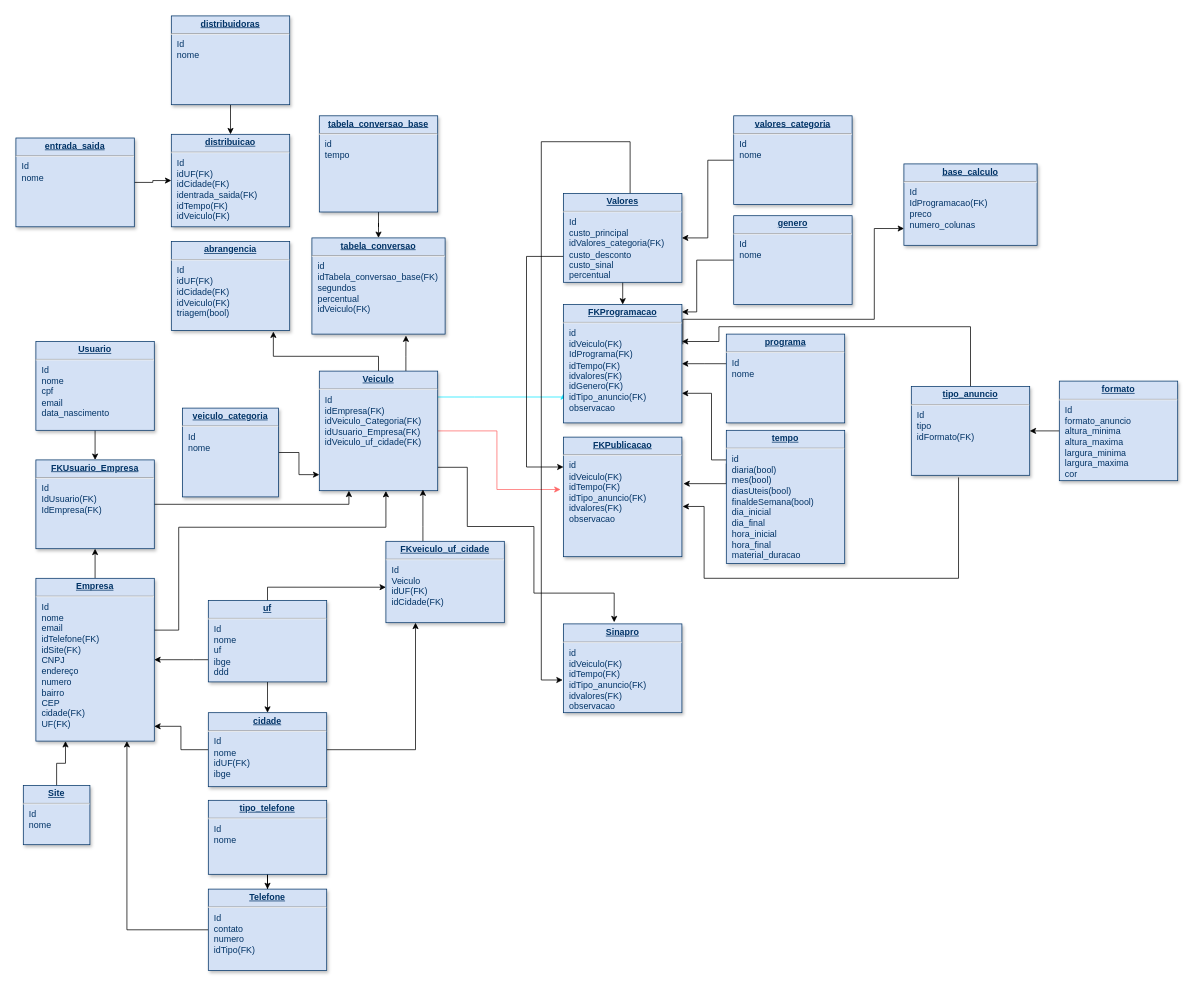
Above: Diagrama atualizado.drawio in diogo-guimaraes/teste_git (draw.io), before the change. Source tidied: cells renumbered, new cells numbered last; positions are measured from the earlier drawing's top-left corner, leaving out a move shared by most shapes. Both pictures are drawn from the tidied source at 74%, with x=0, y=0 at pixel (16, 16).
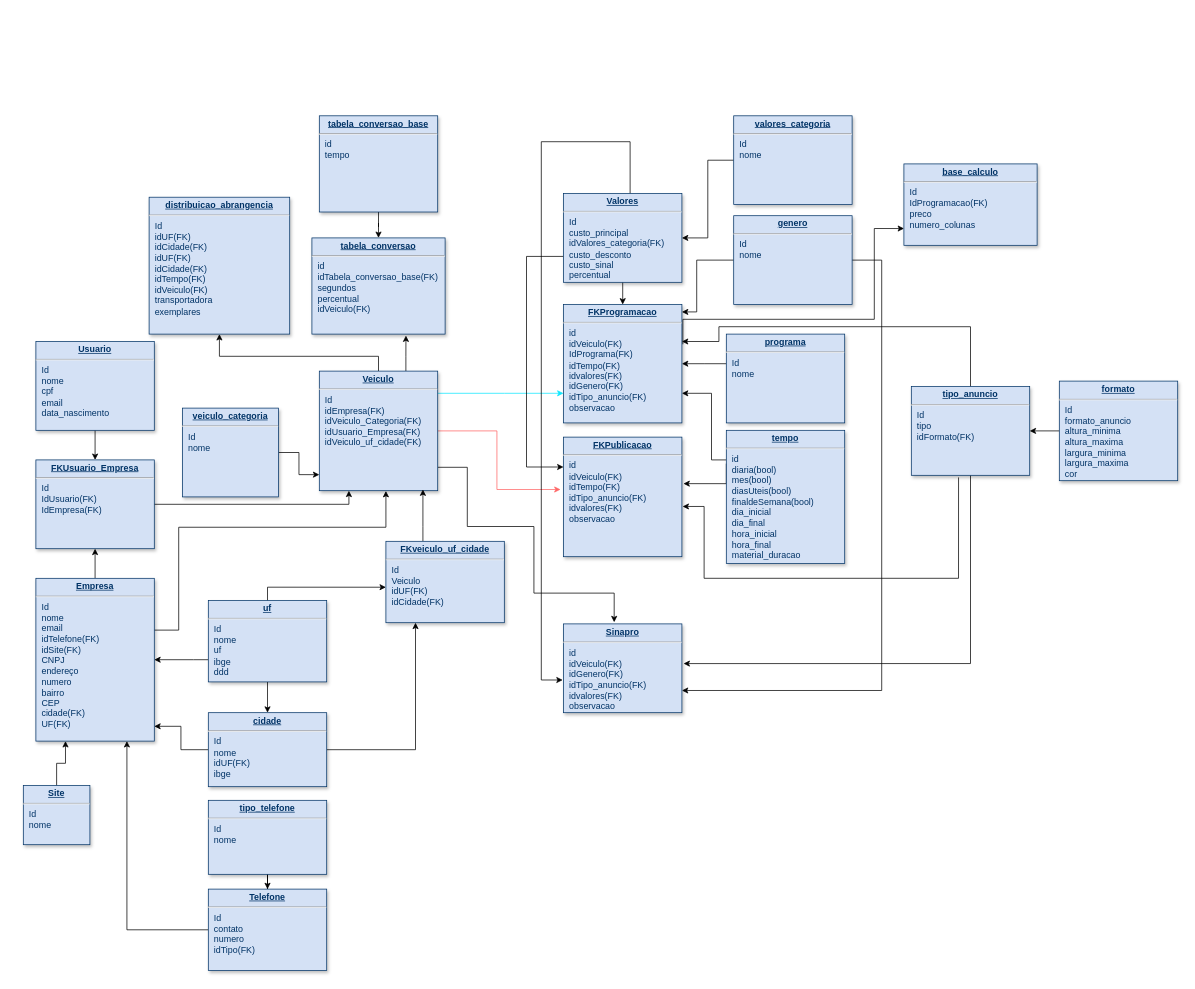
The same diagram, later.

Unchanged cells that the change refers to:
```xml
<mxCell id="13" value="&lt;p style=&quot;margin: 0px ; margin-top: 4px ; text-align: center ; text-decoration: underline&quot;&gt;&lt;b&gt;Veiculo&lt;/b&gt;&lt;/p&gt;&lt;hr&gt;&lt;p style=&quot;margin: 0px ; margin-left: 8px&quot;&gt;Id&lt;/p&gt;&lt;p style=&quot;margin: 0px ; margin-left: 8px&quot;&gt;idEmpresa(FK)&lt;/p&gt;&lt;p style=&quot;margin: 0px ; margin-left: 8px&quot;&gt;idVeiculo_Categoria(FK)&lt;/p&gt;&lt;p style=&quot;margin: 0px ; margin-left: 8px&quot;&gt;idUsuario_Empresa(FK)&lt;/p&gt;&lt;p style=&quot;margin: 0px 0px 0px 8px&quot;&gt;idVeiculo_uf_cidade(FK)&lt;/p&gt;&lt;div&gt;&lt;br&gt;&lt;/div&gt;&lt;p style=&quot;margin: 0px ; margin-left: 8px&quot;&gt;&lt;br&gt;&lt;/p&gt;" style="verticalAlign=top;align=left;overflow=fill;fontSize=12;fontFamily=Helvetica;html=1;strokeColor=#003366;shadow=1;fillColor=#D4E1F5;fontColor=#003366;" parent="1" vertex="1">
  <mxGeometry x="410" y="480" width="160" height="161.6" as="geometry" />
</mxCell>
<mxCell id="36" value="&lt;p style=&quot;margin: 0px ; margin-top: 4px ; text-align: center ; text-decoration: underline&quot;&gt;&lt;b&gt;FKProgramacao&lt;/b&gt;&lt;/p&gt;&lt;hr&gt;&lt;p style=&quot;margin: 0px ; margin-left: 8px&quot;&gt;id&lt;/p&gt;&lt;p style=&quot;margin: 0px ; margin-left: 8px&quot;&gt;&lt;span&gt;idVeiculo(FK)&lt;/span&gt;&lt;br&gt;&lt;/p&gt;&lt;p style=&quot;margin: 0px ; margin-left: 8px&quot;&gt;&lt;span&gt;IdPrograma(FK)&lt;/span&gt;&lt;br&gt;&lt;/p&gt;&lt;p style=&quot;margin: 0px ; margin-left: 8px&quot;&gt;idTempo(FK)&lt;br&gt;&lt;/p&gt;&lt;p style=&quot;margin: 0px ; margin-left: 8px&quot;&gt;idvalores(FK)&lt;/p&gt;&lt;p style=&quot;margin: 0px ; margin-left: 8px&quot;&gt;idGenero(FK)&lt;/p&gt;&lt;p style=&quot;margin: 0px ; margin-left: 8px&quot;&gt;idTipo_anuncio(FK)&lt;br&gt;&lt;/p&gt;&lt;p style=&quot;margin: 0px ; margin-left: 8px&quot;&gt;observacao&lt;/p&gt;&lt;p style=&quot;margin: 0px ; margin-left: 8px&quot;&gt;&lt;br&gt;&lt;/p&gt;&lt;p style=&quot;margin: 0px 0px 0px 8px&quot;&gt;&lt;br&gt;&lt;/p&gt;" style="verticalAlign=top;align=left;overflow=fill;fontSize=12;fontFamily=Helvetica;html=1;strokeColor=#003366;shadow=1;fillColor=#D4E1F5;fontColor=#003366;" parent="1" vertex="1">
  <mxGeometry x="740" y="390" width="160" height="160" as="geometry" />
</mxCell>
<mxCell id="47" value="&lt;p style=&quot;margin: 0px ; margin-top: 4px ; text-align: center ; text-decoration: underline&quot;&gt;&lt;b&gt;tipo_anuncio&lt;/b&gt;&lt;/p&gt;&lt;hr&gt;&lt;p style=&quot;margin: 0px ; margin-left: 8px&quot;&gt;Id&lt;/p&gt;&lt;p style=&quot;margin: 0px ; margin-left: 8px&quot;&gt;tipo&lt;/p&gt;&lt;p style=&quot;margin: 0px ; margin-left: 8px&quot;&gt;idFormato(FK)&lt;/p&gt;" style="verticalAlign=top;align=left;overflow=fill;fontSize=12;fontFamily=Helvetica;html=1;strokeColor=#003366;shadow=1;fillColor=#D4E1F5;fontColor=#003366;" parent="1" vertex="1">
  <mxGeometry x="1210" y="500.8" width="160" height="120" as="geometry" />
</mxCell>
<mxCell id="55" value="&lt;p style=&quot;margin: 0px ; margin-top: 4px ; text-align: center ; text-decoration: underline&quot;&gt;&lt;b&gt;genero&lt;/b&gt;&lt;/p&gt;&lt;hr&gt;&lt;p style=&quot;margin: 0px ; margin-left: 8px&quot;&gt;Id&lt;/p&gt;&lt;p style=&quot;margin: 0px ; margin-left: 8px&quot;&gt;nome&lt;/p&gt;" style="verticalAlign=top;align=left;overflow=fill;fontSize=12;fontFamily=Helvetica;html=1;strokeColor=#003366;shadow=1;fillColor=#D4E1F5;fontColor=#003366;" parent="1" vertex="1">
  <mxGeometry x="970" y="270" width="160" height="120" as="geometry" />
</mxCell>
```

What changed in the source:
```diff
@@
     <mxCell id="8" style="edgeStyle=orthogonalEdgeStyle;rounded=0;jettySize=auto;html=1;entryX=0;entryY=0.75;entryDx=0;entryDy=0;strokeColor=#0DE7FF;" parent="1" edge="1" source="13" target="36">
       <mxGeometry relative="1" as="geometry">
         <Array as="points">
-          <mxPoint x="620" y="515" />
-          <mxPoint x="620" y="515" />
+          <mxPoint x="660" y="510" />
+          <mxPoint x="660" y="510" />
         </Array>
       </mxGeometry>
     </mxCell>
@@
-    <mxCell id="12" style="edgeStyle=orthogonalEdgeStyle;rounded=0;jettySize=auto;html=1;strokeColor=#000000;entryX=0.862;entryY=1.013;entryDx=0;entryDy=0;entryPerimeter=0;" parent="1" edge="1" source="13" target="57">
+    <mxCell id="12" style="edgeStyle=orthogonalEdgeStyle;rounded=0;jettySize=auto;html=1;strokeColor=#000000;entryX=0.5;entryY=1;entryDx=0;entryDy=0;" parent="1" edge="1" source="13" target="59">
       <mxGeometry relative="1" as="geometry">
         <Array as="points">
           <mxPoint x="490" y="460" />
-          <mxPoint x="348" y="460" />
+          <mxPoint x="275" y="460" />
         </Array>
       </mxGeometry>
     </mxCell>
@@
+    <mxCell id="64" style="edgeStyle=orthogonalEdgeStyle;rounded=0;jettySize=auto;html=1;entryX=1.014;entryY=0.447;entryDx=0;entryDy=0;entryPerimeter=0;" parent="1" edge="1" source="47" target="56">
+      <mxGeometry relative="1" as="geometry">
+        <Array as="points">
+          <mxPoint x="1290" y="875" />
+        </Array>
+      </mxGeometry>
+    </mxCell>
@@
+    <mxCell id="65" style="edgeStyle=orthogonalEdgeStyle;rounded=0;jettySize=auto;html=1;entryX=1;entryY=0.75;entryDx=0;entryDy=0;" parent="1" edge="1" source="55" target="56">
+      <mxGeometry relative="1" as="geometry">
+        <Array as="points">
+          <mxPoint x="1170" y="330" />
+          <mxPoint x="1170" y="912" />
+        </Array>
+      </mxGeometry>
+    </mxCell>
@@
-    <mxCell id="56" value="&lt;p style=&quot;margin: 0px ; margin-top: 4px ; text-align: center ; text-decoration: underline&quot;&gt;&lt;b&gt;Sinapro&lt;/b&gt;&lt;/p&gt;&lt;hr&gt;&lt;p style=&quot;margin: 0px 0px 0px 8px&quot;&gt;id&lt;/p&gt;&lt;p style=&quot;margin: 0px 0px 0px 8px&quot;&gt;idVeiculo(FK)&lt;br&gt;&lt;/p&gt;&lt;p style=&quot;margin: 0px 0px 0px 8px&quot;&gt;idTempo(FK)&lt;br&gt;&lt;/p&gt;&lt;p style=&quot;margin: 0px 0px 0px 8px&quot;&gt;idTipo_anuncio(FK)&lt;/p&gt;&lt;p style=&quot;margin: 0px 0px 0px 8px&quot;&gt;idvalores(FK)&lt;/p&gt;&lt;p style=&quot;margin: 0px 0px 0px 8px&quot;&gt;observacao&lt;/p&gt;&lt;p style=&quot;margin: 0px 0px 0px 8px&quot;&gt;&lt;br&gt;&lt;/p&gt;" style="verticalAlign=top;align=left;overflow=fill;fontSize=12;fontFamily=Helvetica;html=1;strokeColor=#003366;shadow=1;fillColor=#D4E1F5;fontColor=#003366;" parent="1" vertex="1">
+    <mxCell id="56" value="&lt;p style=&quot;margin: 0px ; margin-top: 4px ; text-align: center ; text-decoration: underline&quot;&gt;&lt;b&gt;Sinapro&lt;/b&gt;&lt;/p&gt;&lt;hr&gt;&lt;p style=&quot;margin: 0px 0px 0px 8px&quot;&gt;id&lt;/p&gt;&lt;p style=&quot;margin: 0px 0px 0px 8px&quot;&gt;idVeiculo(FK)&lt;br&gt;&lt;/p&gt;&lt;p style=&quot;margin: 0px 0px 0px 8px&quot;&gt;idGenero(FK)&lt;/p&gt;&lt;p style=&quot;margin: 0px 0px 0px 8px&quot;&gt;&lt;span&gt;idTipo_anuncio(FK)&lt;/span&gt;&lt;br&gt;&lt;/p&gt;&lt;p style=&quot;margin: 0px 0px 0px 8px&quot;&gt;idvalores(FK)&lt;/p&gt;&lt;p style=&quot;margin: 0px 0px 0px 8px&quot;&gt;observacao&lt;/p&gt;&lt;p style=&quot;margin: 0px 0px 0px 8px&quot;&gt;&lt;br&gt;&lt;/p&gt;" style="verticalAlign=top;align=left;overflow=fill;fontSize=12;fontFamily=Helvetica;html=1;strokeColor=#003366;shadow=1;fillColor=#D4E1F5;fontColor=#003366;" parent="1" vertex="1">
       <mxGeometry x="740" y="821.6" width="160" height="120" as="geometry" />
     </mxCell>
-    <mxCell id="57" value="&lt;p style=&quot;margin: 0px ; margin-top: 4px ; text-align: center ; text-decoration: underline&quot;&gt;&lt;b&gt;abrangencia&lt;/b&gt;&lt;/p&gt;&lt;hr&gt;&lt;p style=&quot;margin: 0px 0px 0px 8px&quot;&gt;Id&lt;/p&gt;&lt;p style=&quot;margin: 0px 0px 0px 8px&quot;&gt;idUF(FK)&lt;/p&gt;&lt;p style=&quot;margin: 0px 0px 0px 8px&quot;&gt;idCidade(FK)&lt;/p&gt;&lt;p style=&quot;margin: 0px 0px 0px 8px&quot;&gt;idVeiculo(FK)&lt;/p&gt;&lt;p style=&quot;margin: 0px 0px 0px 8px&quot;&gt;triagem(bool)&lt;br&gt;&lt;/p&gt;" style="verticalAlign=top;align=left;overflow=fill;fontSize=12;fontFamily=Helvetica;html=1;strokeColor=#003366;shadow=1;fillColor=#D4E1F5;fontColor=#003366;" parent="1" vertex="1">
-      <mxGeometry x="210" y="305" width="160" height="120" as="geometry" />
-    </mxCell>
@@
-    <mxCell id="59" value="&lt;p style=&quot;margin: 0px ; margin-top: 4px ; text-align: center ; text-decoration: underline&quot;&gt;&lt;b&gt;distribuicao&lt;/b&gt;&lt;/p&gt;&lt;hr&gt;&lt;p style=&quot;margin: 0px 0px 0px 8px&quot;&gt;Id&lt;/p&gt;&lt;p style=&quot;margin: 0px 0px 0px 8px&quot;&gt;idUF(FK)&lt;/p&gt;&lt;p style=&quot;margin: 0px 0px 0px 8px&quot;&gt;idCidade(FK)&lt;/p&gt;&lt;p style=&quot;margin: 0px 0px 0px 8px&quot;&gt;identrada_saida(FK)&lt;/p&gt;&lt;p style=&quot;margin: 0px 0px 0px 8px&quot;&gt;idTempo(FK)&lt;br&gt;&lt;/p&gt;&lt;p style=&quot;margin: 0px 0px 0px 8px&quot;&gt;idVeiculo(FK)&lt;/p&gt;&lt;p style=&quot;margin: 0px 0px 0px 8px&quot;&gt;&lt;br&gt;&lt;/p&gt;" style="verticalAlign=top;align=left;overflow=fill;fontSize=12;fontFamily=Helvetica;html=1;strokeColor=#003366;shadow=1;fillColor=#D4E1F5;fontColor=#003366;" parent="1" vertex="1">
-      <mxGeometry x="210" y="160" width="160" height="125" as="geometry" />
+    <mxCell id="59" value="&lt;p style=&quot;margin: 0px ; margin-top: 4px ; text-align: center ; text-decoration: underline&quot;&gt;&lt;b&gt;distribuicao_abrangencia&lt;/b&gt;&lt;/p&gt;&lt;hr&gt;&lt;p style=&quot;margin: 0px 0px 0px 8px&quot;&gt;Id&lt;/p&gt;&lt;p style=&quot;margin: 0px 0px 0px 8px&quot;&gt;idUF(FK)&lt;/p&gt;&lt;p style=&quot;margin: 0px 0px 0px 8px&quot;&gt;idCidade(FK)&lt;/p&gt;&lt;p style=&quot;margin: 0px 0px 0px 8px&quot;&gt;idUF(FK)&lt;/p&gt;&lt;p style=&quot;margin: 0px 0px 0px 8px&quot;&gt;idCidade(FK)&lt;/p&gt;&lt;p style=&quot;margin: 0px 0px 0px 8px&quot;&gt;&lt;span&gt;idTempo(FK)&lt;/span&gt;&lt;br&gt;&lt;/p&gt;&lt;p style=&quot;margin: 0px 0px 0px 8px&quot;&gt;idVeiculo(FK)&lt;/p&gt;&lt;p style=&quot;margin: 0px 0px 0px 8px&quot;&gt;transportadora&lt;/p&gt;&lt;p style=&quot;margin: 0px 0px 0px 8px&quot;&gt;exemplares&lt;/p&gt;&lt;p style=&quot;margin: 0px 0px 0px 8px&quot;&gt;&lt;br&gt;&lt;/p&gt;" style="verticalAlign=top;align=left;overflow=fill;fontSize=12;fontFamily=Helvetica;html=1;strokeColor=#003366;shadow=1;fillColor=#D4E1F5;fontColor=#003366;" parent="1" vertex="1">
+      <mxGeometry x="180" y="245" width="190" height="185" as="geometry" />
     </mxCell>
-    <mxCell id="60" style="edgeStyle=orthogonalEdgeStyle;rounded=0;jettySize=auto;html=1;entryX=0.5;entryY=0;entryDx=0;entryDy=0;" parent="1" edge="1" source="61" target="59">
-      <mxGeometry relative="1" as="geometry" />
-    </mxCell>
-    <mxCell id="61" value="&lt;p style=&quot;margin: 0px ; margin-top: 4px ; text-align: center ; text-decoration: underline&quot;&gt;&lt;b&gt;distribuidoras&lt;/b&gt;&lt;/p&gt;&lt;hr&gt;&lt;p style=&quot;margin: 0px 0px 0px 8px&quot;&gt;Id&lt;/p&gt;&lt;p style=&quot;margin: 0px 0px 0px 8px&quot;&gt;&lt;span&gt;nome&lt;/span&gt;&lt;br&gt;&lt;/p&gt;&lt;p style=&quot;margin: 0px 0px 0px 8px&quot;&gt;&lt;br&gt;&lt;/p&gt;" style="verticalAlign=top;align=left;overflow=fill;fontSize=12;fontFamily=Helvetica;html=1;strokeColor=#003366;shadow=1;fillColor=#D4E1F5;fontColor=#003366;" parent="1" vertex="1">
-      <mxGeometry x="210" width="160" height="120" as="geometry" />
-    </mxCell>
-    <mxCell id="62" style="edgeStyle=orthogonalEdgeStyle;rounded=0;jettySize=auto;html=1;" parent="1" edge="1" source="63" target="59">
-      <mxGeometry relative="1" as="geometry" />
-    </mxCell>
-    <mxCell id="63" value="&lt;p style=&quot;margin: 0px ; margin-top: 4px ; text-align: center ; text-decoration: underline&quot;&gt;&lt;b&gt;entrada_saida&lt;/b&gt;&lt;/p&gt;&lt;hr&gt;&lt;p style=&quot;margin: 0px 0px 0px 8px&quot;&gt;Id&lt;/p&gt;&lt;p style=&quot;margin: 0px 0px 0px 8px&quot;&gt;&lt;span&gt;nome&lt;/span&gt;&lt;br&gt;&lt;/p&gt;&lt;p style=&quot;margin: 0px 0px 0px 8px&quot;&gt;&lt;br&gt;&lt;/p&gt;" style="verticalAlign=top;align=left;overflow=fill;fontSize=12;fontFamily=Helvetica;html=1;strokeColor=#003366;shadow=1;fillColor=#D4E1F5;fontColor=#003366;" parent="1" vertex="1">
-      <mxGeometry y="165" width="160" height="120" as="geometry" />
-    </mxCell>
```
